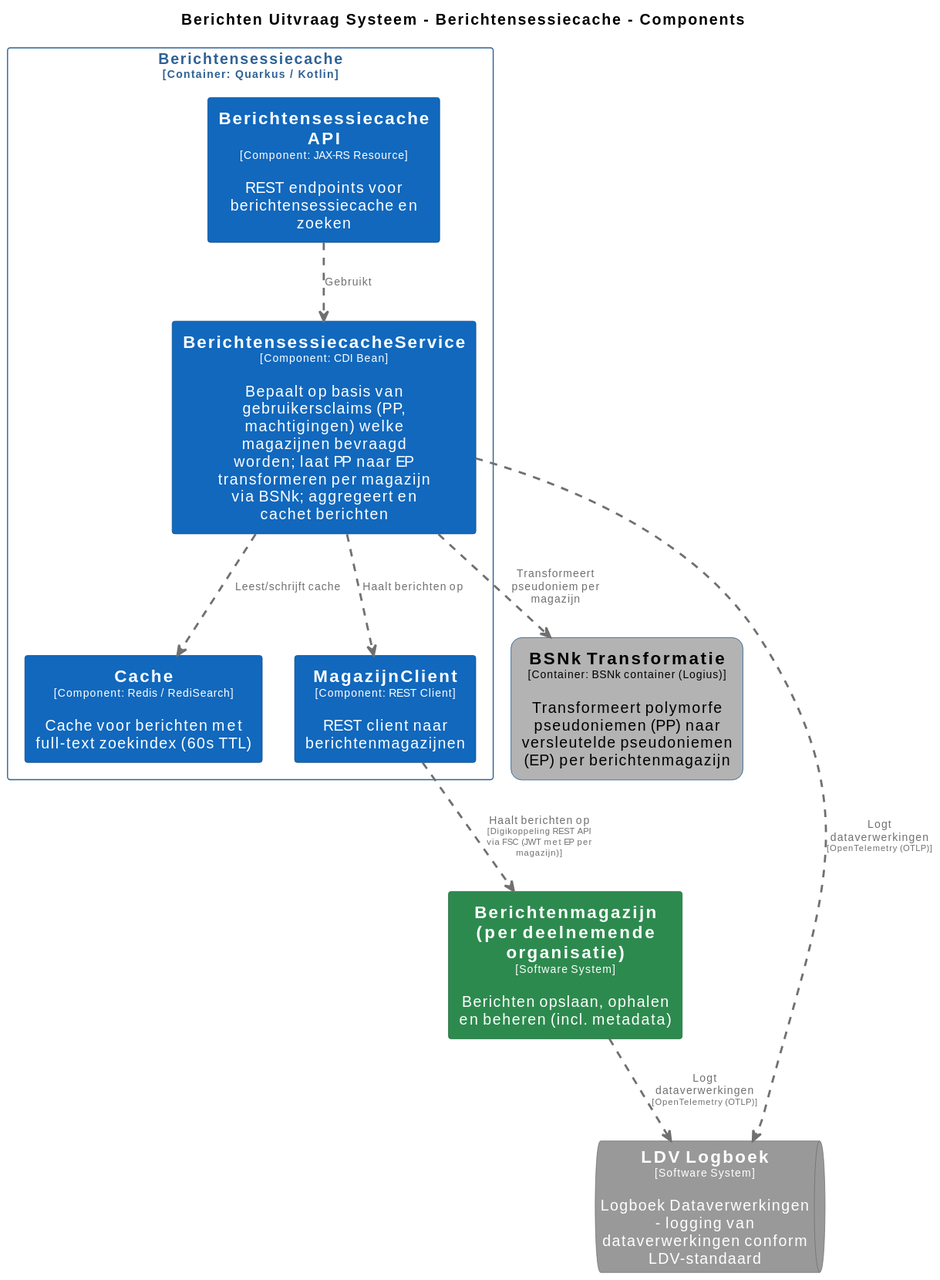
Earlier version of the PlantUML export pr-preview/pr-22/master/svg/BerichtensessiecacheComponenten.svg (MinBZK/moza-poc-fbs-berichtenbox). Its source is kept beside it as pr-preview/pr-22/master/puml/BerichtensessiecacheComponenten.puml.
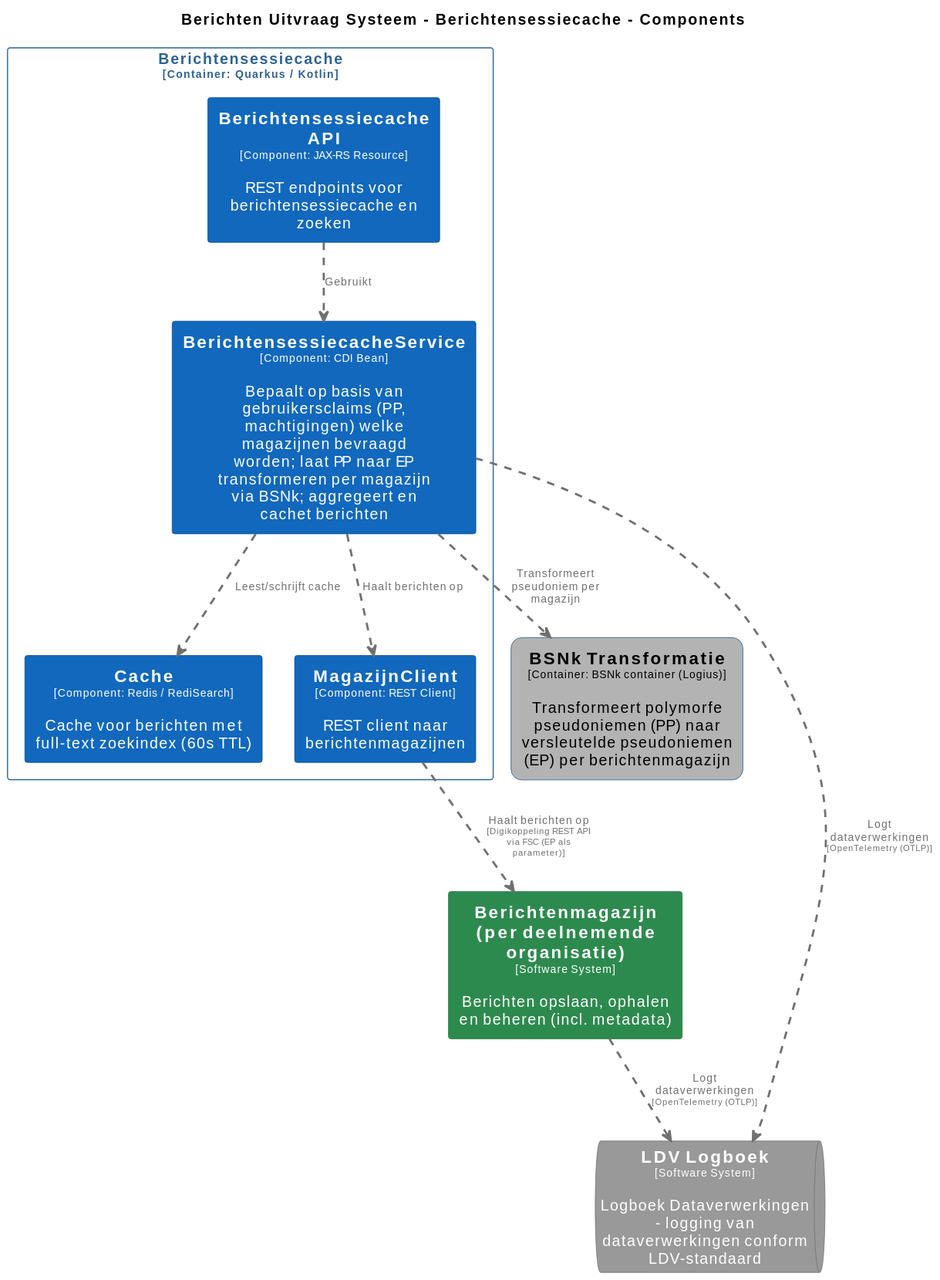
After the change.

The edit, as a diff of the source:
```diff
@@ -81,5 +81,5 @@
 BerichtenUitvraagSysteem.Berichtensessiecache.BerichtensessiecacheService .[#707070,thickness=2].> BerichtenUitvraagSysteem.Berichtensessiecache.Cache : "<color:#707070>Leest/schrijft cache"
 BerichtenUitvraagSysteem.Berichtensessiecache.BerichtensessiecacheService .[#707070,thickness=2].> BerichtenUitvraagSysteem.Berichtensessiecache.MagazijnClient : "<color:#707070>Haalt berichten op"
 BerichtenUitvraagSysteem.Berichtensessiecache.BerichtensessiecacheService .[#707070,thickness=2].> BerichtenUitvraagSysteem.BSNkTransformatie : "<color:#707070>Transformeert pseudoniem per magazijn"
-BerichtenUitvraagSysteem.Berichtensessiecache.MagazijnClient .[#707070,thickness=2].> Berichtenmagazijnperdeelnemendeorganisatie : "<color:#707070>Haalt berichten op\n<color:#707070><size:8>[Digikoppeling REST API via FSC (JWT met EP per magazijn)]</size>"
+BerichtenUitvraagSysteem.Berichtensessiecache.MagazijnClient .[#707070,thickness=2].> Berichtenmagazijnperdeelnemendeorganisatie : "<color:#707070>Haalt berichten op\n<color:#707070><size:8>[Digikoppeling REST API via FSC (EP als parameter)]</size>"
 @enduml
```
